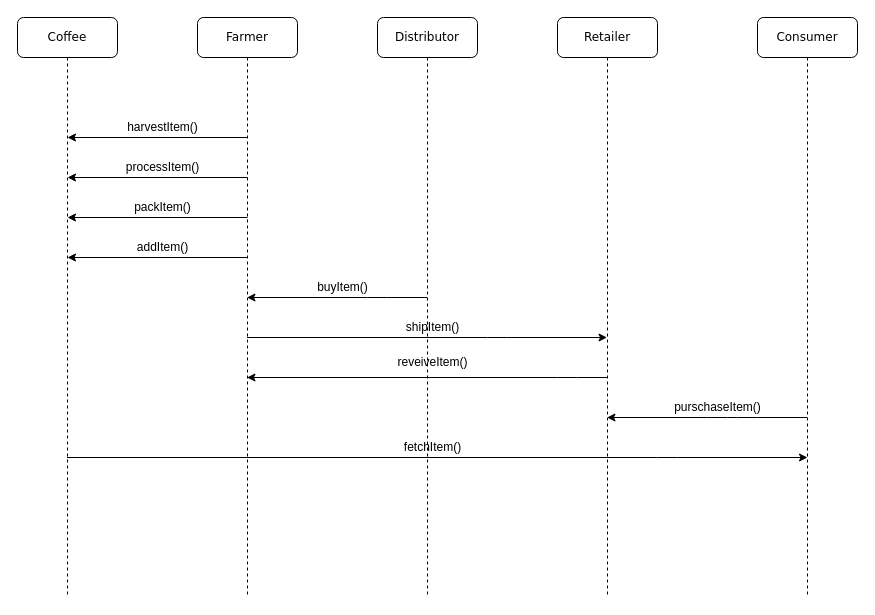
The draw.io diagram project-6/UML/Activity.drawio in Scriptonita/nd1309-Project-6b-Example-Template, before the edit. Source tidied: cells renumbered, new cells numbered last; positions are measured from the earlier drawing's top-left corner, leaving out a move shared by most shapes. Both pictures are drawn from the tidied source at 100%, with x=0, y=0 at pixel (17, 17).
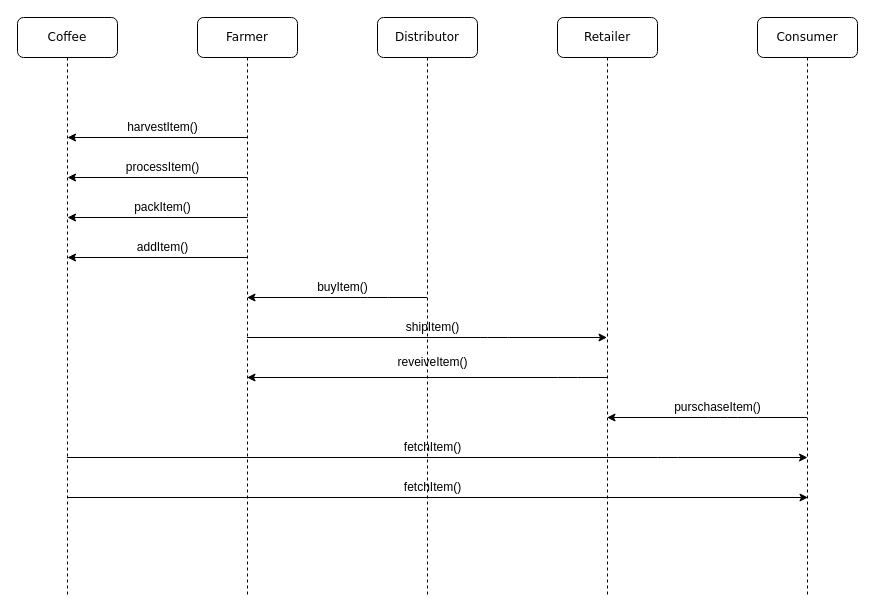
Above is the later version.

Commit message:
Part 2 - Add second fetchItem call to activity diagram

The change refers to these unchanged cells:
```xml
<mxCell id="5" value="Distributor" style="shape=umlLifeline;perimeter=lifelinePerimeter;whiteSpace=wrap;html=1;outlineConnect=0;rounded=1;shadow=0;comic=0;labelBackgroundColor=none;strokeWidth=1;fontFamily=Verdana;fontSize=12;align=center;" parent="1" vertex="1">
  <mxGeometry x="360" width="100" height="580" as="geometry" />
</mxCell>
```

Change to the diagram source:
```diff
@@
+    <mxCell id="25" value="fetchItem()" style="text;html=1;align=center;verticalAlign=middle;" parent="5" vertex="1">
+      <mxGeometry x="20" y="460" width="70" height="20" as="geometry" />
+    </mxCell>
@@
+    <mxCell id="26" style="endArrow=classic;html=1;" parent="1" edge="1">
+      <mxGeometry relative="1" as="geometry">
+        <mxPoint x="50" y="480" as="sourcePoint" />
+        <mxPoint x="790.5" y="480" as="targetPoint" />
+        <Array as="points">
+          <mxPoint x="650.5" y="480" />
+          <mxPoint x="790.5" y="480" />
+        </Array>
+      </mxGeometry>
+    </mxCell>
```
